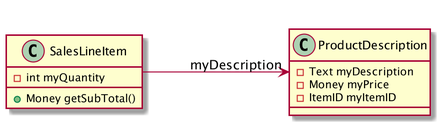
Above: Lectures/FClassToCode.png in bth-dipt-teaching/PA1458-OO-Design (PlantUML), before the change.
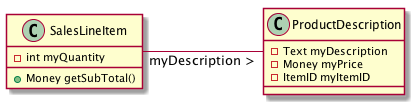
The same file after the commit.

Diff of the diagram source:
```diff
@@ -1,9 +1,8 @@
 @startuml
-scale 2
 left to right direction
 SalesLineItem : -int myQuantity
 SalesLineItem : +Money getSubTotal()
-SalesLineItem ---> "myDescription" ProductDescription
+SalesLineItem --- "myDescription >" ProductDescription
 ProductDescription : -Text myDescription
 ProductDescription : -Money myPrice
 ProductDescription : -ItemID myItemID
```
